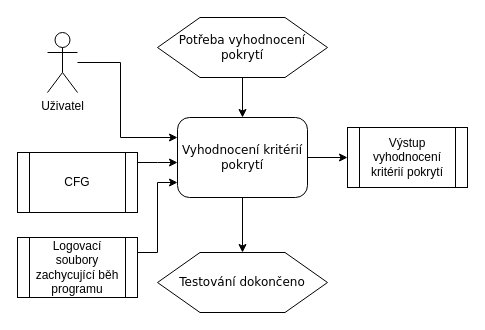
This is epc_coverage.drawio from petkapou/DIP_diagrams, a draw.io file, before an edit. Source tidied: cells renumbered, new cells numbered last; positions are measured from the earlier drawing's top-left corner, leaving out a move shared by most shapes. Both pictures are drawn from the tidied source at 100%, with x=0, y=0 at pixel (17, 17).
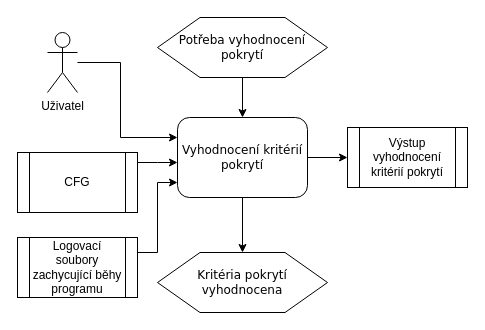
The same page after the edit.

What changed in the source:
```diff
@@
 <mxGraphModel>
   <root>
     <mxCell id="0" />
     <mxCell id="1" parent="0" />
     <mxCell id="2" style="edgeStyle=orthogonalEdgeStyle;rounded=0;jettySize=auto;html=1;" parent="1" edge="1" source="13" target="10">
       <mxGeometry relative="1" as="geometry">
         <Array as="points">
           <mxPoint x="140" y="145" />
           <mxPoint x="140" y="145" />
         </Array>
       </mxGeometry>
     </mxCell>
     <mxCell id="3" style="edgeStyle=orthogonalEdgeStyle;rounded=0;jettySize=auto;html=1;" parent="1" edge="1" source="4" target="10">
       <mxGeometry relative="1" as="geometry">
         <Array as="points">
           <mxPoint x="103" y="45" />
           <mxPoint x="103" y="120" />
         </Array>
       </mxGeometry>
     </mxCell>
     <mxCell id="4" value="Uživatel" style="shape=umlActor;verticalLabelPosition=bottom;verticalAlign=top;html=1;outlineConnect=0;" parent="1" vertex="1">
       <mxGeometry x="30" y="15" width="30" height="60" as="geometry" />
     </mxCell>
     <mxCell id="5" style="edgeStyle=orthogonalEdgeStyle;rounded=0;jettySize=auto;html=1;" parent="1" edge="1" source="6" target="10">
       <mxGeometry relative="1" as="geometry" />
     </mxCell>
     <mxCell id="6" value="Potřeba vyhodnocení pokrytí" style="shape=hexagon;perimeter=hexagonPerimeter;whiteSpace=wrap;html=1;rounded=0;shadow=0;labelBackgroundColor=none;strokeWidth=1;fontFamily=Verdana;fontSize=12;align=center;" parent="1" vertex="1">
       <mxGeometry x="140" width="170" height="60" as="geometry" />
     </mxCell>
     <mxCell id="7" style="edgeStyle=orthogonalEdgeStyle;rounded=0;jettySize=auto;html=1;startArrow=classic;startFill=1;endArrow=none;endFill=0;" parent="1" edge="1" source="10" target="11">
       <mxGeometry relative="1" as="geometry">
         <Array as="points">
           <mxPoint x="140" y="165" />
           <mxPoint x="140" y="235" />
         </Array>
       </mxGeometry>
     </mxCell>
     <mxCell id="8" style="edgeStyle=orthogonalEdgeStyle;rounded=0;jettySize=auto;html=1;" parent="1" edge="1" source="10" target="12">
       <mxGeometry relative="1" as="geometry" />
     </mxCell>
     <mxCell id="9" style="edgeStyle=orthogonalEdgeStyle;rounded=0;jettySize=auto;html=1;startArrow=none;startFill=0;endArrow=classic;endFill=1;" parent="1" edge="1" source="10" target="14">
       <mxGeometry relative="1" as="geometry" />
     </mxCell>
     <mxCell id="10" value="Vyhodnocení kritérií pokrytí" style="rounded=1;whiteSpace=wrap;html=1;shadow=0;labelBackgroundColor=none;strokeWidth=1;fontFamily=Verdana;fontSize=12;align=center;" parent="1" vertex="1">
       <mxGeometry x="160" y="100" width="130" height="80" as="geometry" />
     </mxCell>
-    <mxCell id="11" value="Logovací soubory zachycující běh programu" style="shape=process;whiteSpace=wrap;html=1;backgroundOutline=1;" parent="1" vertex="1">
+    <mxCell id="11" value="Logovací soubory zachycující běhy programu" style="shape=process;whiteSpace=wrap;html=1;backgroundOutline=1;" parent="1" vertex="1">
       <mxGeometry y="220" width="120" height="60" as="geometry" />
     </mxCell>
-    <mxCell id="12" value="Testování dokončeno" style="shape=hexagon;perimeter=hexagonPerimeter;whiteSpace=wrap;html=1;rounded=0;shadow=0;labelBackgroundColor=none;strokeWidth=1;fontFamily=Verdana;fontSize=12;align=center;" parent="1" vertex="1">
+    <mxCell id="12" value="Kritéria pokrytí vyhodnocena" style="shape=hexagon;perimeter=hexagonPerimeter;whiteSpace=wrap;html=1;rounded=0;shadow=0;labelBackgroundColor=none;strokeWidth=1;fontFamily=Verdana;fontSize=12;align=center;" parent="1" vertex="1">
       <mxGeometry x="140" y="235" width="170" height="60" as="geometry" />
     </mxCell>
     <mxCell id="13" value="CFG" style="shape=process;whiteSpace=wrap;html=1;backgroundOutline=1;" parent="1" vertex="1">
       <mxGeometry y="135" width="120" height="60" as="geometry" />
     </mxCell>
     <mxCell id="14" value="Výstup vyhodnocení kritérií pokrytí" style="shape=process;whiteSpace=wrap;html=1;backgroundOutline=1;" parent="1" vertex="1">
       <mxGeometry x="330" y="110" width="120" height="60" as="geometry" />
     </mxCell>
   </root>
 </mxGraphModel>
```
